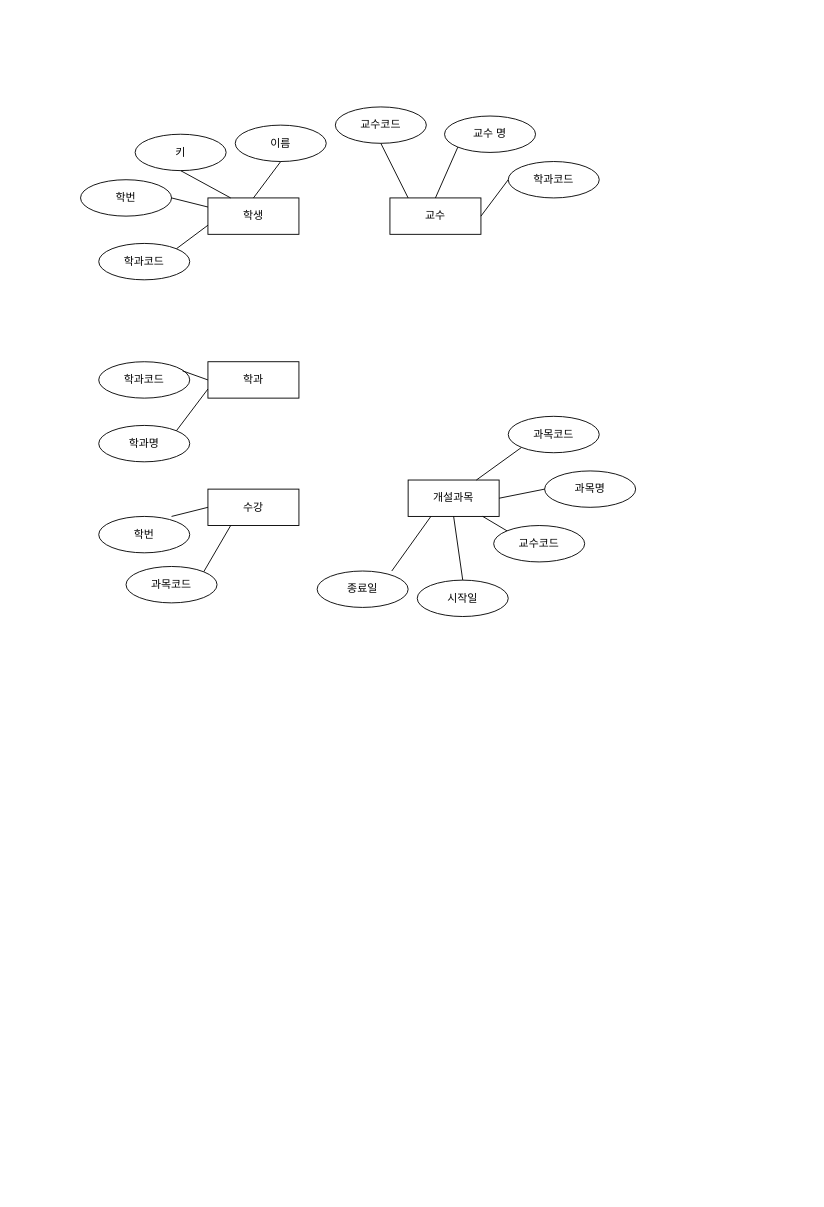
This is page "페이지-3" (3 of 4) of erd.drawio from ttuttae/ai8erd, a draw.io file, before an edit. Source tidied: cells renumbered, new cells numbered last; positions are measured from the earlier drawing's top-left corner, leaving out a move shared by most shapes. Both pictures are drawn from the tidied source at 91%, with x=0, y=0 at pixel (80, 106).
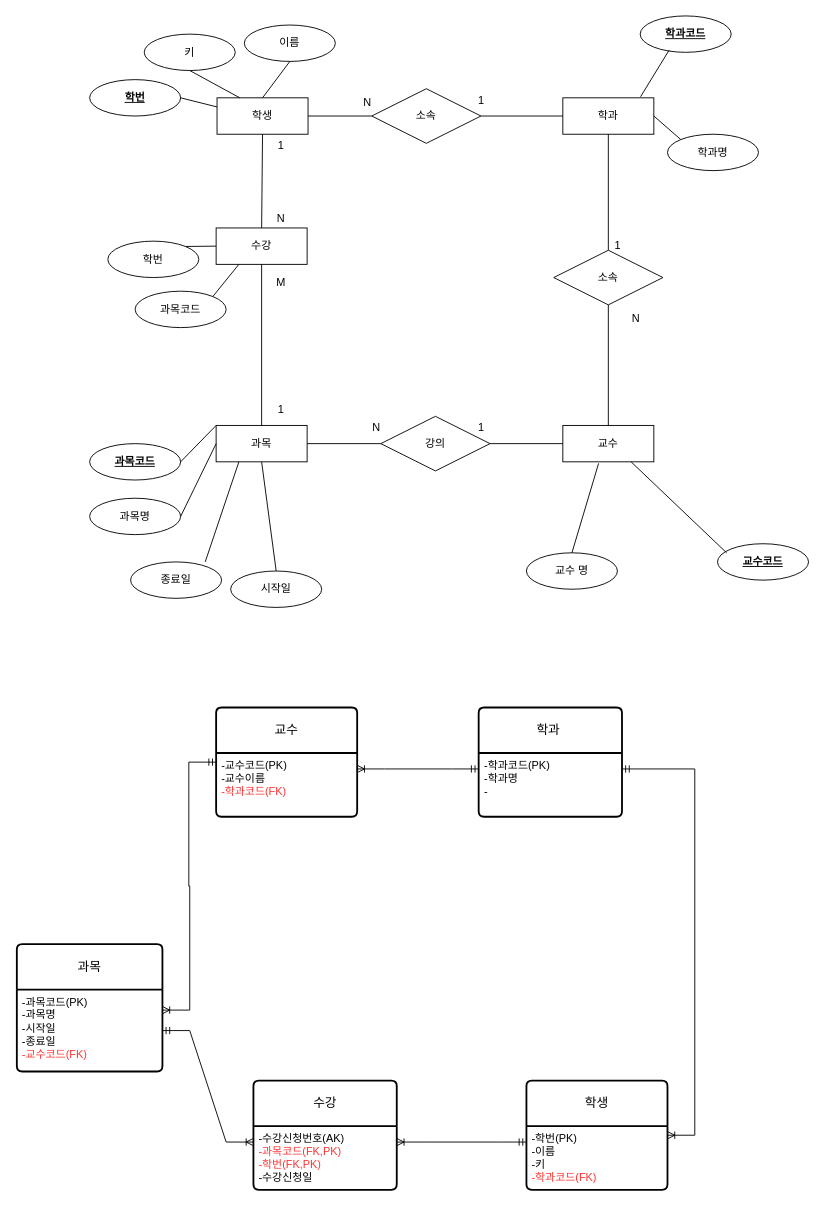
The same page after the edit.

Diff of the diagram source:
```diff
@@
     <mxCell id="2" value="학생" style="whiteSpace=wrap;html=1;align=center;" parent="1" vertex="1">
-      <mxGeometry x="140" y="100" width="100" height="40" as="geometry" />
+      <mxGeometry x="150" y="-10" width="100" height="40" as="geometry" />
     </mxCell>
     <mxCell id="3" value="학과" style="whiteSpace=wrap;html=1;align=center;" parent="1" vertex="1">
-      <mxGeometry x="140" y="280" width="100" height="40" as="geometry" />
+      <mxGeometry x="530" y="-10" width="100" height="40" as="geometry" />
     </mxCell>
     <mxCell id="4" value="수강" style="whiteSpace=wrap;html=1;align=center;" parent="1" vertex="1">
-      <mxGeometry x="140" y="420" width="100" height="40" as="geometry" />
+      <mxGeometry x="149" y="133" width="100" height="40" as="geometry" />
     </mxCell>
-    <mxCell id="5" value="개설과목" style="whiteSpace=wrap;html=1;align=center;" parent="1" vertex="1">
-      <mxGeometry x="360" y="410" width="100" height="40" as="geometry" />
+    <mxCell id="5" value="과목" style="whiteSpace=wrap;html=1;align=center;" parent="1" vertex="1">
+      <mxGeometry x="149" y="350" width="100" height="40" as="geometry" />
     </mxCell>
     <mxCell id="6" value="교수" style="whiteSpace=wrap;html=1;align=center;" parent="1" vertex="1">
-      <mxGeometry x="340" y="100" width="100" height="40" as="geometry" />
+      <mxGeometry x="530" y="350" width="100" height="40" as="geometry" />
     </mxCell>
-    <mxCell id="7" value="학번" style="ellipse;whiteSpace=wrap;html=1;align=center;" parent="1" vertex="1">
-      <mxGeometry y="80" width="100" height="40" as="geometry" />
+    <mxCell id="7" value="&lt;u&gt;&lt;b&gt;학번&lt;/b&gt;&lt;/u&gt;" style="ellipse;whiteSpace=wrap;html=1;align=center;" parent="1" vertex="1">
+      <mxGeometry x="10" y="-30" width="100" height="40" as="geometry" />
     </mxCell>
     <mxCell id="8" value="이름" style="ellipse;whiteSpace=wrap;html=1;align=center;" parent="1" vertex="1">
-      <mxGeometry x="170" y="20" width="100" height="40" as="geometry" />
+      <mxGeometry x="180" y="-90" width="100" height="40" as="geometry" />
     </mxCell>
     <mxCell id="9" value="키" style="ellipse;whiteSpace=wrap;html=1;align=center;" parent="1" vertex="1">
-      <mxGeometry x="60" y="30" width="100" height="40" as="geometry" />
+      <mxGeometry x="70" y="-80" width="100" height="40" as="geometry" />
     </mxCell>
-    <mxCell id="10" value="학과코드" style="ellipse;whiteSpace=wrap;html=1;align=center;" parent="1" vertex="1">
-      <mxGeometry x="20" y="150" width="100" height="40" as="geometry" />
-    </mxCell>
@@
-    <mxCell id="13" style="endArrow=none;html=1;rounded=0;exitX=1;exitY=0;exitDx=0;exitDy=0;entryX=0;entryY=0.75;entryDx=0;entryDy=0;" parent="1" edge="1" source="10" target="2">
-      <mxGeometry relative="1" as="geometry" />
-    </mxCell>
@@
-    <mxCell id="15" value="학과코드" style="ellipse;whiteSpace=wrap;html=1;align=center;" parent="1" vertex="1">
-      <mxGeometry x="20" y="280" width="100" height="40" as="geometry" />
+    <mxCell id="15" value="&lt;u&gt;&lt;b&gt;학과코드&lt;/b&gt;&lt;/u&gt;" style="ellipse;whiteSpace=wrap;html=1;align=center;" parent="1" vertex="1">
+      <mxGeometry x="615" y="-100" width="100" height="40" as="geometry" />
     </mxCell>
     <mxCell id="16" value="학과명" style="ellipse;whiteSpace=wrap;html=1;align=center;" parent="1" vertex="1">
-      <mxGeometry x="20" y="350" width="100" height="40" as="geometry" />
+      <mxGeometry x="645" y="30" width="100" height="40" as="geometry" />
     </mxCell>
-    <mxCell id="17" style="endArrow=none;html=1;rounded=0;exitX=0;exitY=0.75;exitDx=0;exitDy=0;entryX=1;entryY=0;entryDx=0;entryDy=0;" parent="1" edge="1" source="3" target="16">
+    <mxCell id="17" style="endArrow=none;html=1;rounded=0;exitX=1;exitY=0.5;exitDx=0;exitDy=0;entryX=0;entryY=0;entryDx=0;entryDy=0;" parent="1" edge="1" source="3" target="16">
       <mxGeometry relative="1" as="geometry" />
     </mxCell>
-    <mxCell id="18" style="endArrow=none;html=1;rounded=0;exitX=0;exitY=0.5;exitDx=0;exitDy=0;entryX=0.92;entryY=0.25;entryDx=0;entryDy=0;entryPerimeter=0;" parent="1" edge="1" source="3" target="15">
+    <mxCell id="18" style="endArrow=none;html=1;rounded=0;exitX=0.854;exitY=-0.029;exitDx=0;exitDy=0;entryX=0.319;entryY=0.936;entryDx=0;entryDy=0;entryPerimeter=0;exitPerimeter=0;" parent="1" edge="1" source="3" target="15">
       <mxGeometry relative="1" as="geometry" />
     </mxCell>
-    <mxCell id="19" value="교수코드" style="ellipse;whiteSpace=wrap;html=1;align=center;" parent="1" vertex="1">
-      <mxGeometry x="280" width="100" height="40" as="geometry" />
+    <mxCell id="19" value="&lt;b&gt;&lt;u&gt;교수코드&lt;/u&gt;&lt;/b&gt;" style="ellipse;whiteSpace=wrap;html=1;align=center;" parent="1" vertex="1">
+      <mxGeometry x="700" y="480" width="100" height="40" as="geometry" />
     </mxCell>
-    <mxCell id="20" value="학과코드" style="ellipse;whiteSpace=wrap;html=1;align=center;" parent="1" vertex="1">
-      <mxGeometry x="470" y="60" width="100" height="40" as="geometry" />
-    </mxCell>
     <mxCell id="21" value="교수 명" style="ellipse;whiteSpace=wrap;html=1;align=center;" parent="1" vertex="1">
-      <mxGeometry x="400" y="10" width="100" height="40" as="geometry" />
+      <mxGeometry x="490" y="490" width="100" height="40" as="geometry" />
     </mxCell>
     <mxCell id="22" value="과목코드" style="ellipse;whiteSpace=wrap;html=1;align=center;" parent="1" vertex="1">
-      <mxGeometry x="50" y="505" width="100" height="40" as="geometry" />
+      <mxGeometry x="60" y="202.5" width="100" height="40" as="geometry" />
     </mxCell>
     <mxCell id="23" value="학번" style="ellipse;whiteSpace=wrap;html=1;align=center;" parent="1" vertex="1">
-      <mxGeometry x="20" y="450" width="100" height="40" as="geometry" />
+      <mxGeometry x="30" y="147.5" width="100" height="40" as="geometry" />
     </mxCell>
     <mxCell id="24" value="종료일" style="ellipse;whiteSpace=wrap;html=1;align=center;" parent="1" vertex="1">
-      <mxGeometry x="260" y="510" width="100" height="40" as="geometry" />
+      <mxGeometry x="55" y="500" width="100" height="40" as="geometry" />
     </mxCell>
-    <mxCell id="25" value="과목코드" style="ellipse;whiteSpace=wrap;html=1;align=center;" parent="1" vertex="1">
-      <mxGeometry x="470" y="340" width="100" height="40" as="geometry" />
+    <mxCell id="25" value="&lt;u&gt;&lt;b&gt;과목코드&lt;/b&gt;&lt;/u&gt;" style="ellipse;whiteSpace=wrap;html=1;align=center;" parent="1" vertex="1">
+      <mxGeometry x="10" y="370" width="100" height="40" as="geometry" />
     </mxCell>
     <mxCell id="26" value="과목명" style="ellipse;whiteSpace=wrap;html=1;align=center;" parent="1" vertex="1">
-      <mxGeometry x="510" y="400" width="100" height="40" as="geometry" />
+      <mxGeometry x="10" y="430" width="100" height="40" as="geometry" />
     </mxCell>
     <mxCell id="27" value="시작일" style="ellipse;whiteSpace=wrap;html=1;align=center;" parent="1" vertex="1">
-      <mxGeometry x="370" y="520" width="100" height="40" as="geometry" />
+      <mxGeometry x="165" y="510" width="100" height="40" as="geometry" />
     </mxCell>
-    <mxCell id="28" value="교수코드" style="ellipse;whiteSpace=wrap;html=1;align=center;" parent="1" vertex="1">
-      <mxGeometry x="454" y="460" width="100" height="40" as="geometry" />
-    </mxCell>
-    <mxCell id="29" style="endArrow=none;html=1;rounded=0;exitX=1;exitY=0.5;exitDx=0;exitDy=0;entryX=0;entryY=0.5;entryDx=0;entryDy=0;" parent="1" edge="1" source="5" target="26">
+    <mxCell id="29" style="endArrow=none;html=1;rounded=0;exitX=0;exitY=0.5;exitDx=0;exitDy=0;entryX=1;entryY=0.5;entryDx=0;entryDy=0;" parent="1" edge="1" source="5" target="26">
       <mxGeometry relative="1" as="geometry" />
     </mxCell>
-    <mxCell id="30" style="endArrow=none;html=1;rounded=0;exitX=0.75;exitY=0;exitDx=0;exitDy=0;entryX=0;entryY=1;entryDx=0;entryDy=0;" parent="1" edge="1" source="5" target="25">
+    <mxCell id="30" style="endArrow=none;html=1;rounded=0;exitX=0;exitY=0;exitDx=0;exitDy=0;entryX=1;entryY=0.5;entryDx=0;entryDy=0;" parent="1" edge="1" source="5" target="25">
       <mxGeometry relative="1" as="geometry" />
     </mxCell>
@@
-    <mxCell id="33" style="endArrow=none;html=1;rounded=0;exitX=1;exitY=0.5;exitDx=0;exitDy=0;entryX=0;entryY=0.5;entryDx=0;entryDy=0;" parent="1" edge="1" source="6" target="20">
-      <mxGeometry relative="1" as="geometry" />
-    </mxCell>
-    <mxCell id="34" style="endArrow=none;html=1;rounded=0;exitX=0.5;exitY=0;exitDx=0;exitDy=0;entryX=0;entryY=1;entryDx=0;entryDy=0;" parent="1" edge="1" source="6" target="21">
+    <mxCell id="34" style="endArrow=none;html=1;rounded=0;exitX=0.393;exitY=1.042;exitDx=0;exitDy=0;entryX=0.5;entryY=0;entryDx=0;entryDy=0;exitPerimeter=0;" parent="1" edge="1" source="6" target="21">
       <mxGeometry relative="1" as="geometry" />
     </mxCell>
-    <mxCell id="35" style="endArrow=none;html=1;rounded=0;entryX=0.5;entryY=1;entryDx=0;entryDy=0;" parent="1" edge="1" target="19">
+    <mxCell id="35" style="endArrow=none;html=1;rounded=0;exitX=0.75;exitY=1;exitDx=0;exitDy=0;" parent="1" edge="1" source="6">
       <mxGeometry relative="1" as="geometry">
-        <mxPoint x="360" y="100" as="sourcePoint" />
+        <mxPoint x="710" y="490" as="targetPoint" />
       </mxGeometry>
     </mxCell>
@@
-    <mxCell id="37" style="endArrow=none;html=1;rounded=0;exitX=0.8;exitY=0;exitDx=0;exitDy=0;entryX=0;entryY=0.5;entryDx=0;entryDy=0;exitPerimeter=0;" parent="1" edge="1" source="23" target="4">
+    <mxCell id="37" style="endArrow=none;html=1;rounded=0;entryX=0;entryY=0.5;entryDx=0;entryDy=0;exitX=1;exitY=0;exitDx=0;exitDy=0;" parent="1" edge="1" source="23" target="4">
       <mxGeometry relative="1" as="geometry" />
     </mxCell>
-    <mxCell id="38" style="endArrow=none;html=1;rounded=0;exitX=0.82;exitY=1;exitDx=0;exitDy=0;entryX=0;entryY=0;entryDx=0;entryDy=0;exitPerimeter=0;" parent="1" edge="1" source="5" target="28">
-      <mxGeometry relative="1" as="geometry" />
-    </mxCell>
+    <mxCell id="39" style="endArrow=none;html=1;rounded=0;exitX=0.5;exitY=1;exitDx=0;exitDy=0;entryX=0.5;entryY=0;entryDx=0;entryDy=0;" parent="1" edge="1" source="2" target="4">
+      <mxGeometry relative="1" as="geometry" />
+    </mxCell>
+    <mxCell id="40" style="endArrow=none;html=1;rounded=0;exitX=0.5;exitY=1;exitDx=0;exitDy=0;entryX=0.5;entryY=0;entryDx=0;entryDy=0;" parent="1" edge="1" source="46" target="6">
+      <mxGeometry relative="1" as="geometry" />
+    </mxCell>
+    <mxCell id="41" style="endArrow=none;html=1;rounded=0;exitX=0.5;exitY=1;exitDx=0;exitDy=0;entryX=0.5;entryY=0;entryDx=0;entryDy=0;" parent="1" edge="1" source="3" target="46">
+      <mxGeometry relative="1" as="geometry" />
+    </mxCell>
+    <mxCell id="42" style="endArrow=none;html=1;rounded=0;exitX=1;exitY=0.5;exitDx=0;exitDy=0;entryX=0;entryY=0.5;entryDx=0;entryDy=0;" parent="1" edge="1" source="47" target="3">
+      <mxGeometry relative="1" as="geometry" />
+    </mxCell>
+    <mxCell id="43" style="endArrow=none;html=1;rounded=0;exitX=1;exitY=0.5;exitDx=0;exitDy=0;entryX=0;entryY=0.5;entryDx=0;entryDy=0;" parent="1" edge="1" source="2" target="47">
+      <mxGeometry relative="1" as="geometry" />
+    </mxCell>
+    <mxCell id="44" style="endArrow=none;html=1;rounded=0;exitX=0.5;exitY=0;exitDx=0;exitDy=0;entryX=0.5;entryY=1;entryDx=0;entryDy=0;" parent="1" edge="1" source="5" target="4">
+      <mxGeometry relative="1" as="geometry" />
+    </mxCell>
+    <mxCell id="45" value="강의" style="shape=rhombus;perimeter=rhombusPerimeter;whiteSpace=wrap;html=1;align=center;" parent="1" vertex="1">
+      <mxGeometry x="330" y="340" width="120" height="60" as="geometry" />
+    </mxCell>
+    <mxCell id="46" value="소속" style="shape=rhombus;perimeter=rhombusPerimeter;whiteSpace=wrap;html=1;align=center;" parent="1" vertex="1">
+      <mxGeometry x="520" y="157.5" width="120" height="60" as="geometry" />
+    </mxCell>
+    <mxCell id="47" value="소속" style="shape=rhombus;perimeter=rhombusPerimeter;whiteSpace=wrap;html=1;align=center;verticalAlign=middle;" parent="1" vertex="1">
+      <mxGeometry x="320" y="-20" width="120" height="60" as="geometry" />
+    </mxCell>
+    <mxCell id="48" style="endArrow=none;html=1;rounded=0;exitX=0;exitY=0.5;exitDx=0;exitDy=0;entryX=1;entryY=0.5;entryDx=0;entryDy=0;" parent="1" edge="1" source="6" target="45">
+      <mxGeometry relative="1" as="geometry" />
+    </mxCell>
+    <mxCell id="49" style="endArrow=none;html=1;rounded=0;exitX=1;exitY=0.5;exitDx=0;exitDy=0;entryX=0;entryY=0.5;entryDx=0;entryDy=0;" parent="1" edge="1" source="5" target="45">
+      <mxGeometry relative="1" as="geometry" />
+    </mxCell>
+    <mxCell id="50" value="N" style="text;html=1;align=center;verticalAlign=middle;strokeColor=none;fillColor=none;" parent="1" vertex="1">
+      <mxGeometry x="300" y="-20" width="30" height="30" as="geometry" />
+    </mxCell>
+    <mxCell id="51" value="1" style="text;html=1;align=center;verticalAlign=middle;strokeColor=none;fillColor=none;" parent="1" vertex="1">
+      <mxGeometry x="425" y="-22" width="30" height="30" as="geometry" />
+    </mxCell>
+    <mxCell id="52" value="1" style="text;html=1;align=center;verticalAlign=middle;strokeColor=none;fillColor=none;" parent="1" vertex="1">
+      <mxGeometry x="575" y="138" width="30" height="30" as="geometry" />
+    </mxCell>
+    <mxCell id="53" value="N" style="text;html=1;align=center;verticalAlign=middle;strokeColor=none;fillColor=none;" parent="1" vertex="1">
+      <mxGeometry x="595" y="218" width="30" height="30" as="geometry" />
+    </mxCell>
+    <mxCell id="54" value="N" style="text;html=1;align=center;verticalAlign=middle;strokeColor=none;fillColor=none;" parent="1" vertex="1">
+      <mxGeometry x="205" y="108" width="30" height="30" as="geometry" />
+    </mxCell>
+    <mxCell id="55" value="M" style="text;html=1;align=center;verticalAlign=middle;strokeColor=none;fillColor=none;" parent="1" vertex="1">
+      <mxGeometry x="205" y="178" width="30" height="30" as="geometry" />
+    </mxCell>
+    <mxCell id="56" value="1" style="text;html=1;align=center;verticalAlign=middle;strokeColor=none;fillColor=none;" parent="1" vertex="1">
+      <mxGeometry x="425" y="338" width="30" height="30" as="geometry" />
+    </mxCell>
+    <mxCell id="57" value="N" style="text;html=1;align=center;verticalAlign=middle;strokeColor=none;fillColor=none;" parent="1" vertex="1">
+      <mxGeometry x="310" y="338" width="30" height="30" as="geometry" />
+    </mxCell>
+    <mxCell id="58" value="1" style="text;html=1;align=center;verticalAlign=middle;strokeColor=none;fillColor=none;" parent="1" vertex="1">
+      <mxGeometry x="205" y="318" width="30" height="30" as="geometry" />
+    </mxCell>
+    <mxCell id="59" value="1" style="text;html=1;align=center;verticalAlign=middle;strokeColor=none;fillColor=none;" parent="1" vertex="1">
+      <mxGeometry x="205" y="28" width="30" height="30" as="geometry" />
+    </mxCell>
+    <mxCell id="60" value="교수" style="swimlane;horizontal=1;startSize=50;rounded=1;fontSize=14;fontStyle=0;strokeWidth=2;shadow=0;dashed=0;align=center;arcSize=4;whiteSpace=wrap;html=1;" parent="1" vertex="1">
+      <mxGeometry x="149" y="660" width="155" height="120" as="geometry" />
+    </mxCell>
+    <mxCell id="61" value="-교수코드(PK)&lt;br&gt;-교수이름&lt;br&gt;&lt;font color=&quot;#ff3333&quot;&gt;-학과코드(FK)&lt;/font&gt;" style="align=left;strokeColor=none;fillColor=none;spacingLeft=4;fontSize=12;verticalAlign=top;html=1;" parent="60" vertex="1">
+      <mxGeometry y="50" width="155" height="70" as="geometry" />
+    </mxCell>
+    <mxCell id="62" value="학생" style="swimlane;horizontal=1;startSize=50;rounded=1;fontSize=14;fontStyle=0;strokeWidth=2;shadow=0;dashed=0;align=center;arcSize=4;whiteSpace=wrap;html=1;" parent="1" vertex="1">
+      <mxGeometry x="490" y="1070" width="155" height="120" as="geometry" />
+    </mxCell>
+    <mxCell id="63" value="-학번(PK)&lt;br&gt;-이름&lt;br&gt;-키&lt;br&gt;&lt;font color=&quot;#ff3333&quot;&gt;-학과코드(FK)&lt;/font&gt;" style="align=left;strokeColor=none;fillColor=none;spacingLeft=4;fontSize=12;verticalAlign=top;html=1;" parent="62" vertex="1">
+      <mxGeometry y="50" width="155" height="70" as="geometry" />
+    </mxCell>
+    <mxCell id="64" value="학과&lt;span style=&quot;white-space: pre;&quot;&gt;&#9;&lt;/span&gt;" style="swimlane;horizontal=1;startSize=50;rounded=1;fontSize=14;fontStyle=0;strokeWidth=2;shadow=0;dashed=0;align=center;arcSize=4;whiteSpace=wrap;html=1;" parent="1" vertex="1">
+      <mxGeometry x="437.5" y="660" width="157.5" height="120" as="geometry" />
+    </mxCell>
+    <mxCell id="65" value="-학과코드(PK)&lt;br&gt;-학과명&lt;br&gt;-" style="align=left;strokeColor=none;fillColor=none;spacingLeft=4;fontSize=12;verticalAlign=top;html=1;" parent="64" vertex="1">
+      <mxGeometry y="50" width="157.5" height="70" as="geometry" />
+    </mxCell>
+    <mxCell id="66" value="과목" style="swimlane;horizontal=1;startSize=50;rounded=1;fontSize=14;fontStyle=0;strokeWidth=2;shadow=0;dashed=0;align=center;arcSize=4;whiteSpace=wrap;html=1;" parent="1" vertex="1">
+      <mxGeometry x="-70" y="920" width="160" height="140" as="geometry" />
+    </mxCell>
+    <mxCell id="67" value="-과목코드(PK)&lt;br&gt;-과목명&lt;br&gt;-시작일&lt;br&gt;-종료일&lt;br&gt;&lt;font color=&quot;#ff3333&quot;&gt;-교수코드(FK)&lt;/font&gt;" style="align=left;strokeColor=none;fillColor=none;spacingLeft=4;fontSize=12;verticalAlign=top;html=1;" parent="66" vertex="1">
+      <mxGeometry y="50" width="160" height="90" as="geometry" />
+    </mxCell>
+    <mxCell id="68" value="수강" style="swimlane;horizontal=1;startSize=50;rounded=1;fontSize=14;fontStyle=0;strokeWidth=2;shadow=0;dashed=0;align=center;arcSize=4;whiteSpace=wrap;html=1;" parent="1" vertex="1">
+      <mxGeometry x="190" y="1070" width="157.5" height="120" as="geometry" />
+    </mxCell>
+    <mxCell id="69" value="-수강신청번호(AK)&lt;br&gt;&lt;font color=&quot;#ff3333&quot;&gt;-과목코드(FK,PK)&lt;/font&gt;&lt;br&gt;&lt;font color=&quot;#ff3333&quot;&gt;-학번(FK,PK)&lt;/font&gt;&lt;br&gt;-수강신청일" style="align=left;strokeColor=none;fillColor=none;spacingLeft=4;fontSize=12;verticalAlign=top;html=1;" parent="68" vertex="1">
+      <mxGeometry y="50" width="157.5" height="70" as="geometry" />
+    </mxCell>
+    <mxCell id="70" style="edgeStyle=entityRelationEdgeStyle;fontSize=12;html=1;endArrow=ERoneToMany;startArrow=ERmandOne;rounded=0;entryX=1;entryY=0.25;entryDx=0;entryDy=0;exitX=0;exitY=0.25;exitDx=0;exitDy=0;" parent="1" edge="1" source="65" target="61">
+      <mxGeometry relative="1" as="geometry">
+        <Array as="points">
+          <mxPoint x="320" y="870" />
+        </Array>
+      </mxGeometry>
+    </mxCell>
+    <mxCell id="71" style="edgeStyle=entityRelationEdgeStyle;fontSize=12;html=1;endArrow=ERoneToMany;startArrow=ERmandOne;rounded=0;exitX=0;exitY=0.5;exitDx=0;exitDy=0;entryX=1;entryY=0.25;entryDx=0;entryDy=0;" parent="1" edge="1" source="60" target="67">
+      <mxGeometry relative="1" as="geometry">
+        <Array as="points">
+          <mxPoint x="40" y="750" />
+        </Array>
+      </mxGeometry>
+    </mxCell>
+    <mxCell id="72" style="edgeStyle=entityRelationEdgeStyle;fontSize=12;html=1;endArrow=ERoneToMany;startArrow=ERmandOne;rounded=0;exitX=1;exitY=0.25;exitDx=0;exitDy=0;" parent="1" edge="1" source="65" target="62">
+      <mxGeometry relative="1" as="geometry">
+        <Array as="points">
+          <mxPoint x="410" y="850" />
+          <mxPoint x="680" y="925" />
+          <mxPoint x="625" y="1030" />
+        </Array>
+      </mxGeometry>
+    </mxCell>
+    <mxCell id="73" style="edgeStyle=entityRelationEdgeStyle;fontSize=12;html=1;endArrow=ERoneToMany;startArrow=ERmandOne;rounded=0;exitX=1;exitY=0.5;exitDx=0;exitDy=0;entryX=0;entryY=0.25;entryDx=0;entryDy=0;" parent="1" edge="1" source="67" target="69">
+      <mxGeometry relative="1" as="geometry" />
+    </mxCell>
+    <mxCell id="74" style="edgeStyle=entityRelationEdgeStyle;fontSize=12;html=1;endArrow=ERoneToMany;startArrow=ERmandOne;rounded=0;entryX=1;entryY=0.25;entryDx=0;entryDy=0;exitX=0;exitY=0.25;exitDx=0;exitDy=0;" parent="1" edge="1" source="63" target="69">
+      <mxGeometry relative="1" as="geometry" />
+    </mxCell>
```
